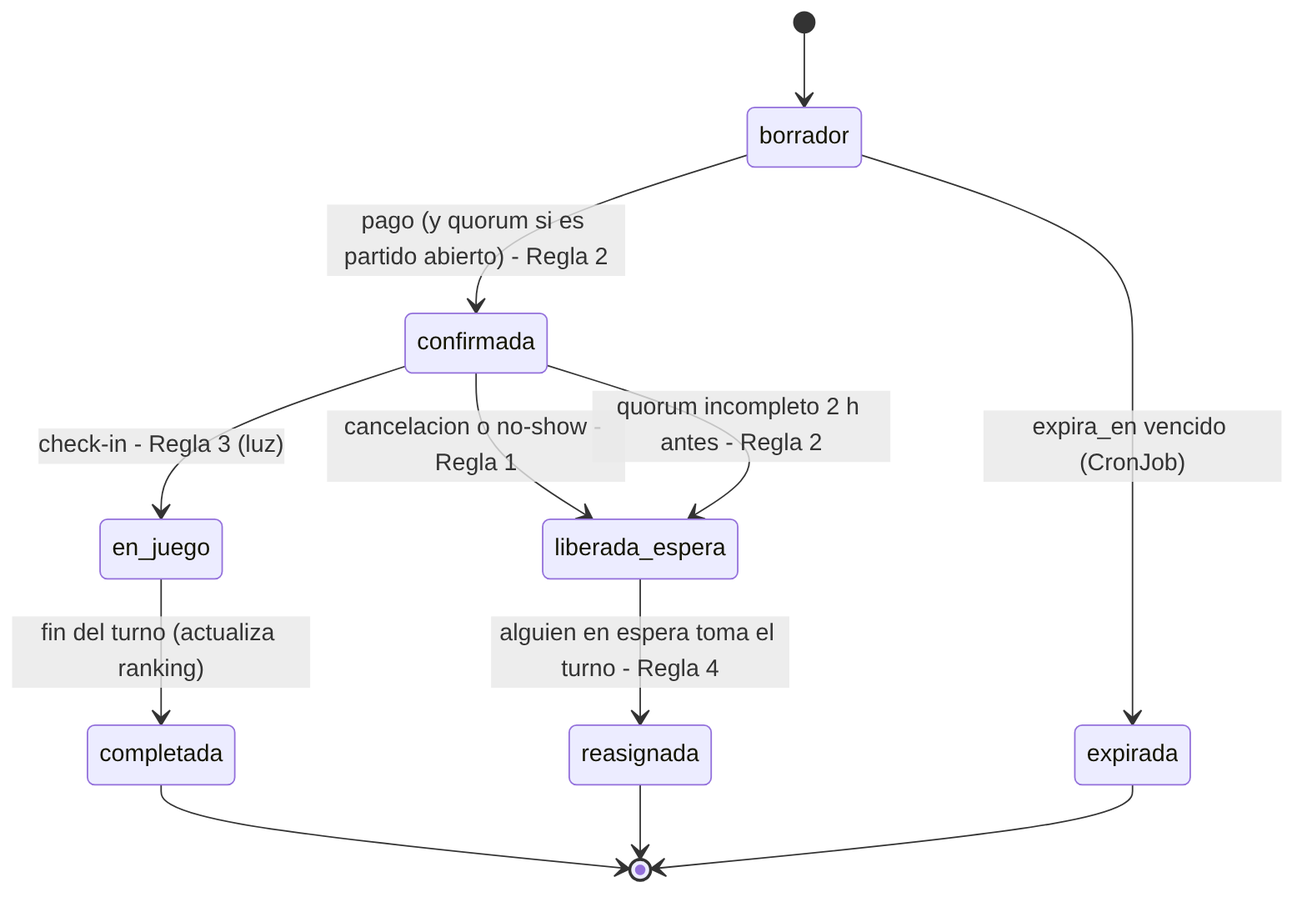
Above: docs/diagramas/estados-reserva.png in Redans12/practica_kubernetes (Mermaid), before the change. Its source is kept beside it as docs/diagramas/estados-reserva.mmd. Its diagram source:
```mermaid
stateDiagram-v2
    [*] --> borrador
    borrador --> confirmada : pago (y quorum si es partido abierto) - Regla 2
    borrador --> expirada : expira_en vencido (CronJob)
    confirmada --> en_juego : check-in - Regla 3 (luz)
    en_juego --> completada : fin del turno (actualiza ranking)
    confirmada --> liberada_espera : cancelacion o no-show - Regla 1
    confirmada --> liberada_espera : quorum incompleto 2 h antes - Regla 2
    liberada_espera --> reasignada : alguien en espera toma el turno - Regla 4
    completada --> [*]
    reasignada --> [*]
    expirada --> [*]
```
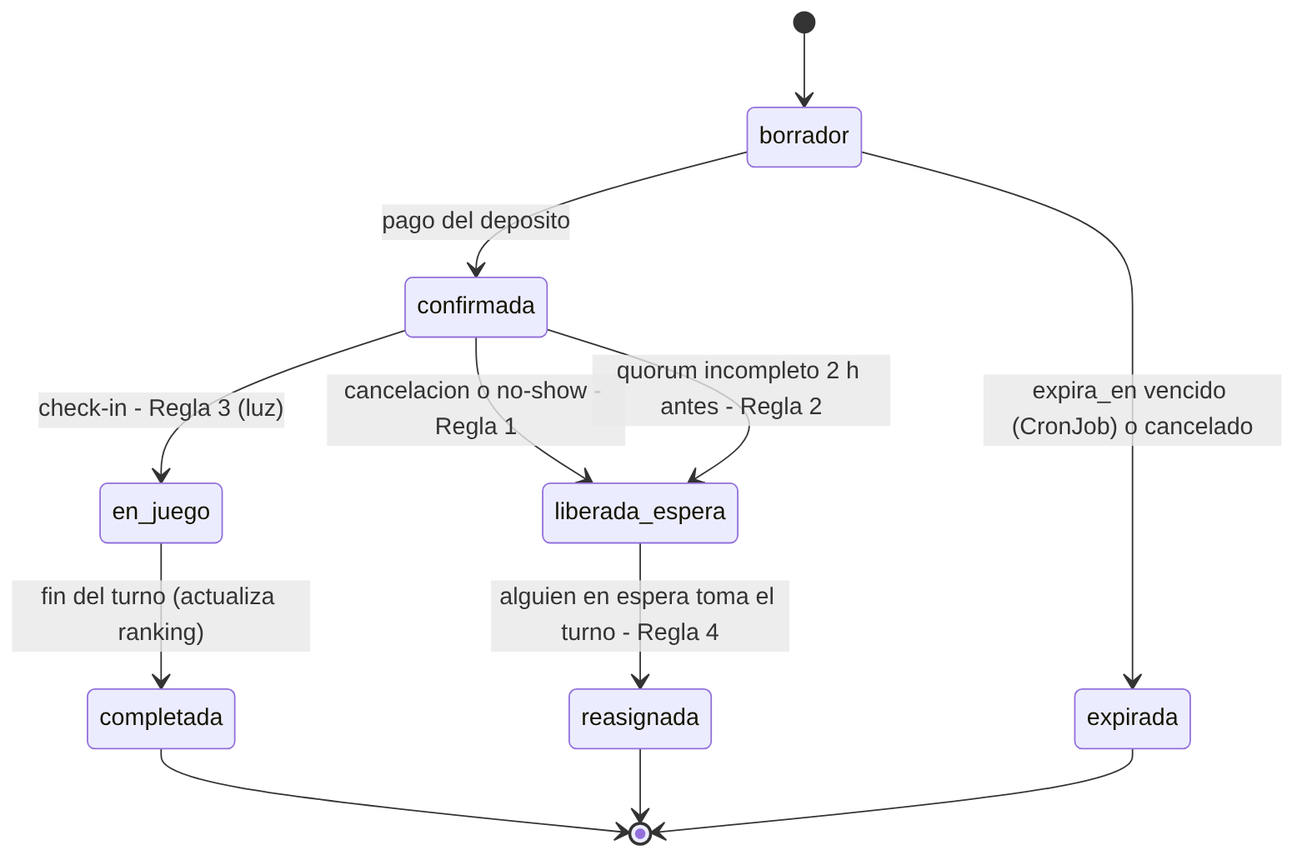
Later version of the same file.

The edit, as a diff of the source:
```diff
@@ -1,7 +1,7 @@
 stateDiagram-v2
     [*] --> borrador
-    borrador --> confirmada : pago (y quorum si es partido abierto) - Regla 2
-    borrador --> expirada : expira_en vencido (CronJob)
+    borrador --> confirmada : pago del deposito
+    borrador --> expirada : expira_en vencido (CronJob) o cancelado
     confirmada --> en_juego : check-in - Regla 3 (luz)
     en_juego --> completada : fin del turno (actualiza ranking)
     confirmada --> liberada_espera : cancelacion o no-show - Regla 1
```
